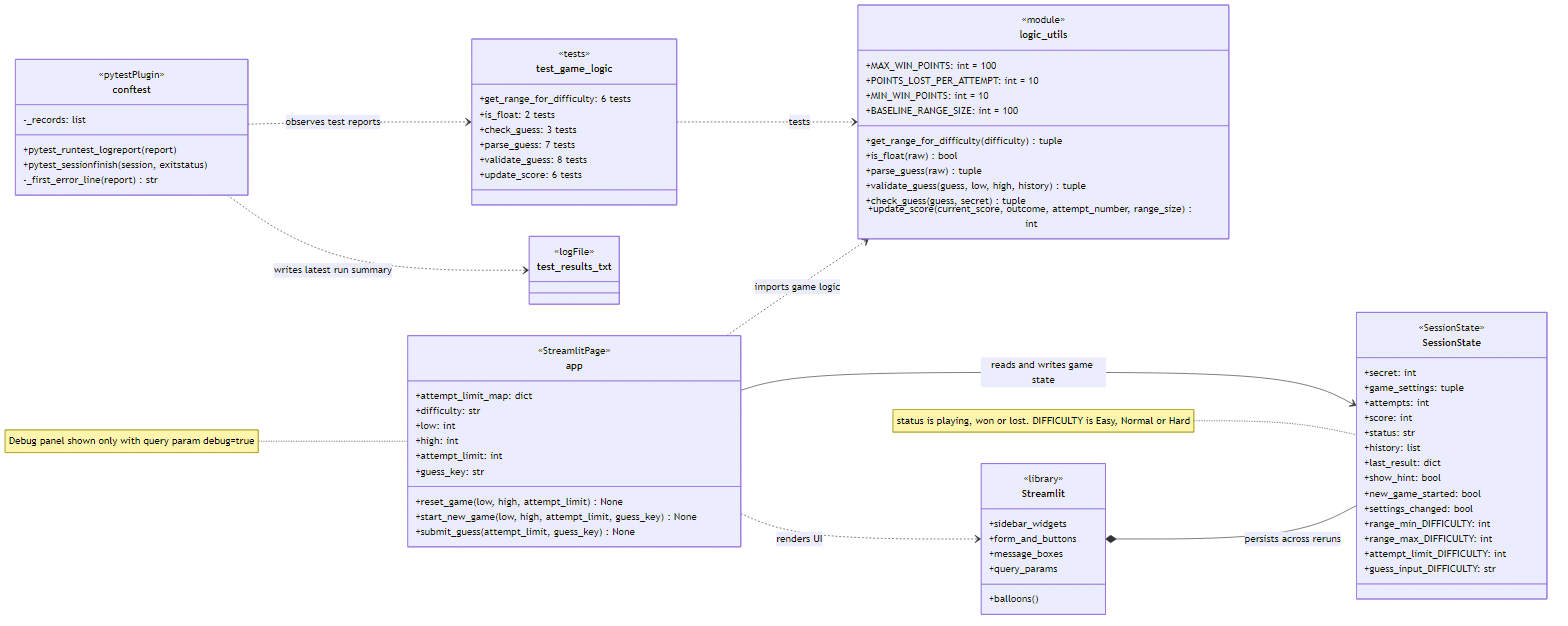
The Mermaid diagram assets/architecture.png in BronsonChow/Applied-AI-Glitchy-Guesser, before a commit. Its source is kept beside it as diagrams/architecture.mmd.
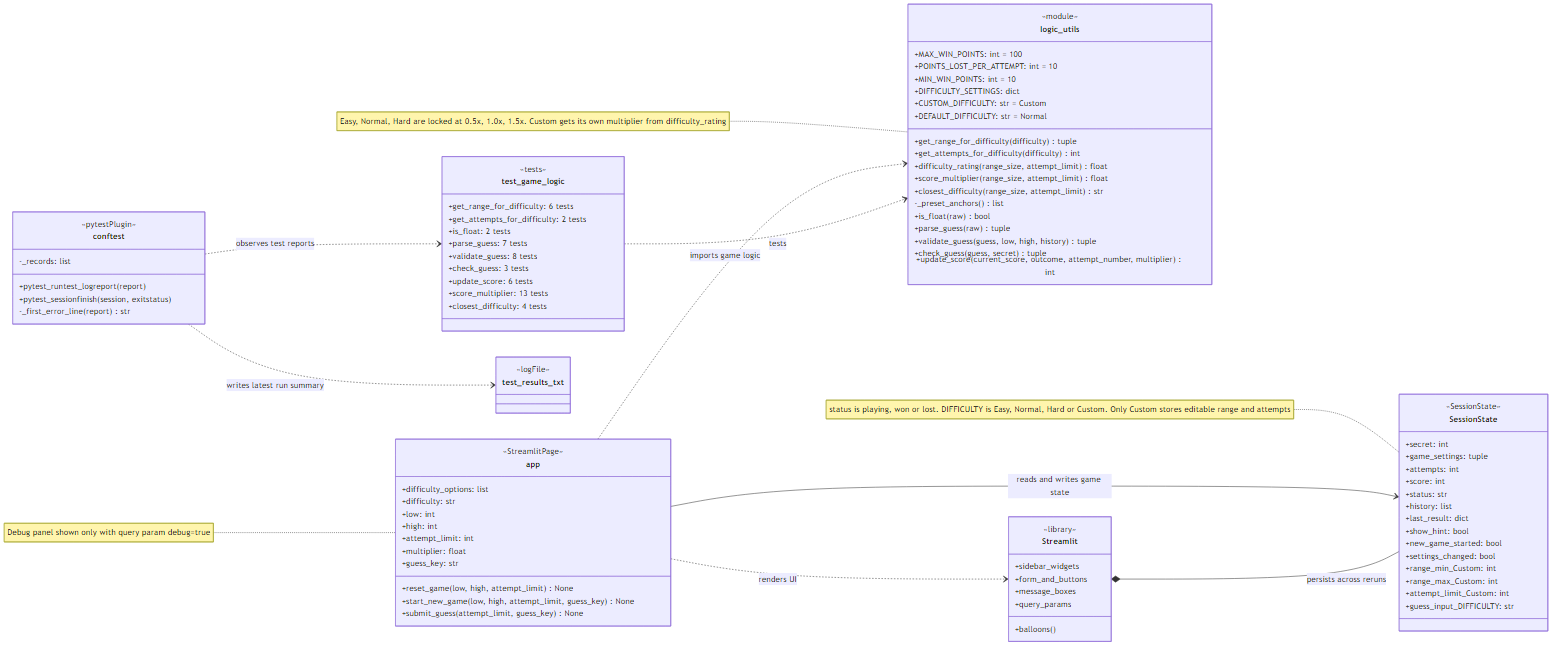
After the change.

Commit message:
feat: lock preset difficulties and add Custom difficulty

What changed in the source:
```diff
@@ -3,11 +3,12 @@
 
     class app {
         <<StreamlitPage>>
-        +attempt_limit_map: dict
+        +difficulty_options: list
         +difficulty: str
         +low: int
         +high: int
         +attempt_limit: int
+        +multiplier: float
         +guess_key: str
         +reset_game(low, high, attempt_limit) None
         +start_new_game(low, high, attempt_limit, guess_key) None
@@ -19,13 +20,20 @@
         +MAX_WIN_POINTS: int = 100
         +POINTS_LOST_PER_ATTEMPT: int = 10
         +MIN_WIN_POINTS: int = 10
-        +BASELINE_RANGE_SIZE: int = 100
+        +DIFFICULTY_SETTINGS: dict
+        +CUSTOM_DIFFICULTY: str = Custom
+        +DEFAULT_DIFFICULTY: str = Normal
         +get_range_for_difficulty(difficulty) tuple
+        +get_attempts_for_difficulty(difficulty) int
+        +difficulty_rating(range_size, attempt_limit) float
+        +score_multiplier(range_size, attempt_limit) float
+        +closest_difficulty(range_size, attempt_limit) str
+        -_preset_anchors() list
         +is_float(raw) bool
         +parse_guess(raw) tuple
         +validate_guess(guess, low, high, history) tuple
         +check_guess(guess, secret) tuple
-        +update_score(current_score, outcome, attempt_number, range_size) int
+        +update_score(current_score, outcome, attempt_number, multiplier) int
     }
 
     class SessionState {
@@ -40,9 +48,9 @@
         +show_hint: bool
         +new_game_started: bool
         +settings_changed: bool
-        +range_min_DIFFICULTY: int
-        +range_max_DIFFICULTY: int
-        +attempt_limit_DIFFICULTY: int
+        +range_min_Custom: int
+        +range_max_Custom: int
+        +attempt_limit_Custom: int
         +guess_input_DIFFICULTY: str
     }
 
@@ -58,11 +66,14 @@
     class test_game_logic {
         <<tests>>
         +get_range_for_difficulty: 6 tests
+        +get_attempts_for_difficulty: 2 tests
         +is_float: 2 tests
-        +check_guess: 3 tests
         +parse_guess: 7 tests
         +validate_guess: 8 tests
+        +check_guess: 3 tests
         +update_score: 6 tests
+        +score_multiplier: 13 tests
+        +closest_difficulty: 4 tests
     }
 
     class conftest {
@@ -85,5 +96,6 @@
     conftest ..> test_game_logic : observes test reports
     conftest ..> test_results_txt : writes latest run summary
 
-    note for SessionState "status is playing, won or lost. DIFFICULTY is Easy, Normal or Hard"
+    note for SessionState "status is playing, won or lost. DIFFICULTY is Easy, Normal, Hard or Custom. Only Custom stores editable range and attempts"
+    note for logic_utils "Easy, Normal, Hard are locked at 0.5x, 1.0x, 1.5x. Custom gets its own multiplier from difficulty_rating"
     note for app "Debug panel shown only with query param debug=true"
```
